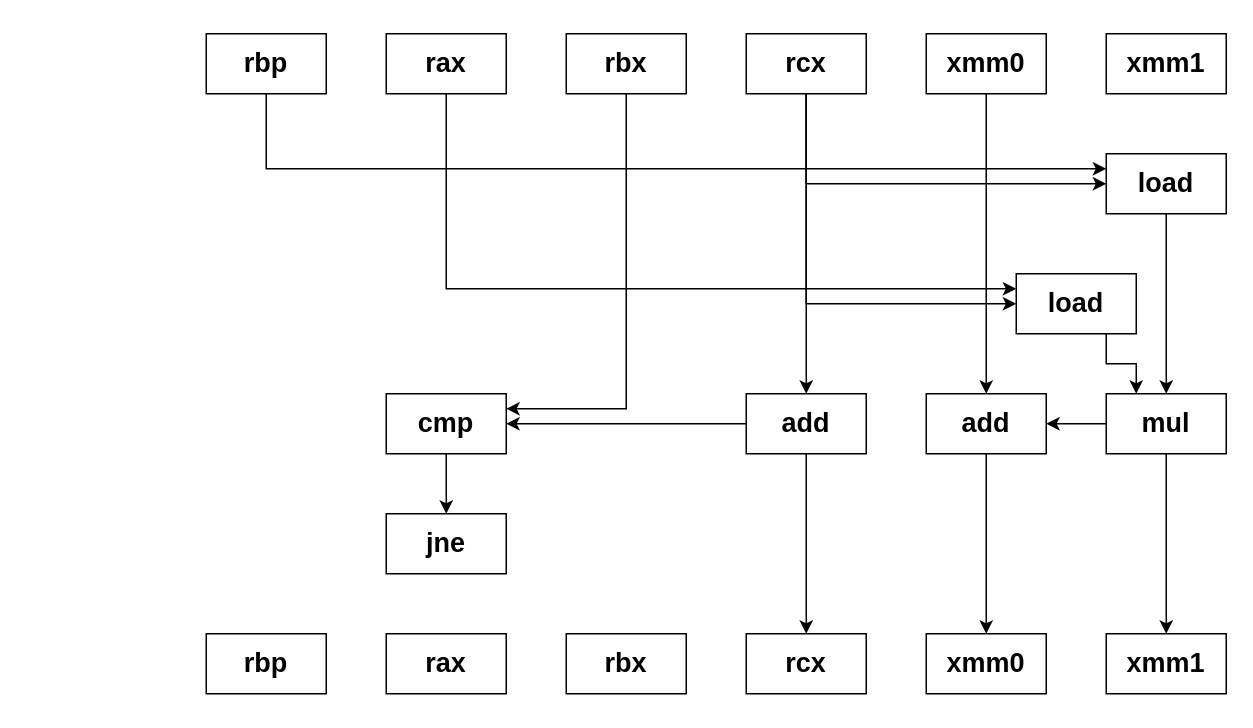
Above: HW/HW3/img/513-A-2.drawio in betarixm/CSED211 (draw.io), before the change. Source tidied: cells renumbered, new cells numbered last; positions are measured from the earlier drawing's top-left corner, leaving out a move shared by most shapes. Both pictures are drawn from the tidied source at 150%, with x=0, y=0 at pixel (206, 33).
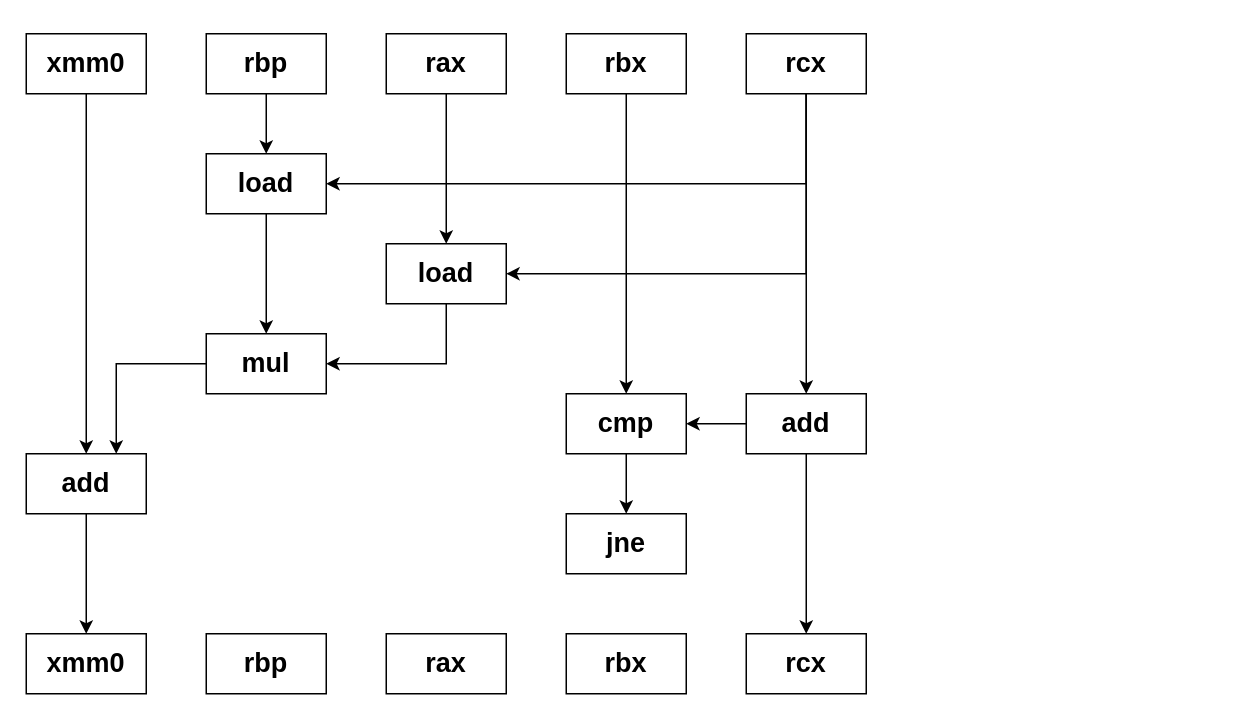
Above is the later version.

The change refers to these unchanged cells:
```xml
<mxCell id="3" value="&lt;h2&gt;rbp&lt;/h2&gt;" style="rounded=0;whiteSpace=wrap;html=1;" parent="1" vertex="1">
  <mxGeometry width="80" height="40" as="geometry" />
</mxCell>
<mxCell id="6" value="&lt;h2&gt;rax&lt;/h2&gt;" style="rounded=0;whiteSpace=wrap;html=1;" parent="1" vertex="1">
  <mxGeometry x="120" width="80" height="40" as="geometry" />
</mxCell>
<mxCell id="9" value="&lt;h2&gt;rbx&lt;/h2&gt;" style="rounded=0;whiteSpace=wrap;html=1;" parent="1" vertex="1">
  <mxGeometry x="240" width="80" height="40" as="geometry" />
</mxCell>
<mxCell id="14" value="&lt;h2&gt;rcx&lt;/h2&gt;" style="rounded=0;whiteSpace=wrap;html=1;" parent="1" vertex="1">
  <mxGeometry x="360" width="80" height="40" as="geometry" />
</mxCell>
<mxCell id="15" value="&lt;h2&gt;rcx&lt;/h2&gt;" style="rounded=0;whiteSpace=wrap;html=1;" parent="1" vertex="1">
  <mxGeometry x="360" y="400" width="80" height="40" as="geometry" />
</mxCell>
<mxCell id="32" value="&lt;h2&gt;add&lt;/h2&gt;" style="rounded=0;whiteSpace=wrap;html=1;" parent="1" vertex="1">
  <mxGeometry x="360" y="240" width="80" height="40" as="geometry" />
</mxCell>
```

Diff of the diagram source:
```diff
@@
-    <mxCell id="2" style="edgeStyle=orthogonalEdgeStyle;rounded=0;jettySize=auto;html=1;exitX=0.5;exitY=1;exitDx=0;exitDy=0;entryX=0;entryY=0.25;entryDx=0;entryDy=0;" parent="1" edge="1" source="3" target="22">
+    <mxCell id="2" style="edgeStyle=orthogonalEdgeStyle;rounded=0;jettySize=auto;html=1;exitX=0.5;exitY=1;exitDx=0;exitDy=0;entryX=0.5;entryY=0;entryDx=0;entryDy=0;" parent="1" edge="1" source="3" target="22">
       <mxGeometry relative="1" as="geometry" />
     </mxCell>
@@
-    <mxCell id="5" style="edgeStyle=orthogonalEdgeStyle;rounded=0;jettySize=auto;html=1;exitX=0.5;exitY=1;exitDx=0;exitDy=0;entryX=0;entryY=0.25;entryDx=0;entryDy=0;" parent="1" edge="1" source="6" target="29">
+    <mxCell id="5" style="edgeStyle=orthogonalEdgeStyle;rounded=0;jettySize=auto;html=1;exitX=0.5;exitY=1;exitDx=0;exitDy=0;entryX=0.5;entryY=0;entryDx=0;entryDy=0;" parent="1" edge="1" source="6" target="29">
       <mxGeometry relative="1" as="geometry" />
     </mxCell>
@@
-    <mxCell id="8" style="edgeStyle=orthogonalEdgeStyle;rounded=0;jettySize=auto;html=1;exitX=0.5;exitY=1;exitDx=0;exitDy=0;entryX=1;entryY=0.25;entryDx=0;entryDy=0;" parent="1" edge="1" source="9" target="34">
+    <mxCell id="8" style="edgeStyle=orthogonalEdgeStyle;rounded=0;jettySize=auto;html=1;exitX=0.5;exitY=1;exitDx=0;exitDy=0;entryX=0.5;entryY=0;entryDx=0;entryDy=0;" parent="1" edge="1" source="9" target="34">
       <mxGeometry relative="1" as="geometry" />
     </mxCell>
@@
-    <mxCell id="11" style="edgeStyle=orthogonalEdgeStyle;rounded=0;jettySize=auto;html=1;exitX=0.5;exitY=1;exitDx=0;exitDy=0;entryX=0;entryY=0.5;entryDx=0;entryDy=0;" parent="1" edge="1" source="14" target="22">
+    <mxCell id="11" style="edgeStyle=orthogonalEdgeStyle;rounded=0;jettySize=auto;html=1;exitX=0.5;exitY=1;exitDx=0;exitDy=0;entryX=1;entryY=0.5;entryDx=0;entryDy=0;" parent="1" edge="1" source="14" target="22">
       <mxGeometry relative="1" as="geometry" />
     </mxCell>
-    <mxCell id="12" style="edgeStyle=orthogonalEdgeStyle;rounded=0;jettySize=auto;html=1;exitX=0.5;exitY=1;exitDx=0;exitDy=0;entryX=0;entryY=0.5;entryDx=0;entryDy=0;" parent="1" edge="1" source="14" target="29">
+    <mxCell id="12" style="edgeStyle=orthogonalEdgeStyle;rounded=0;jettySize=auto;html=1;exitX=0.5;exitY=1;exitDx=0;exitDy=0;entryX=1;entryY=0.5;entryDx=0;entryDy=0;" parent="1" edge="1" source="14" target="29">
       <mxGeometry relative="1" as="geometry" />
     </mxCell>
-    <mxCell id="13" style="edgeStyle=orthogonalEdgeStyle;rounded=0;jettySize=auto;html=1;exitX=0.5;exitY=1;exitDx=0;exitDy=0;entryX=0.5;entryY=0;entryDx=0;entryDy=0;" parent="1" edge="1" source="14" target="32">
+    <mxCell id="13" style="edgeStyle=orthogonalEdgeStyle;rounded=0;jettySize=auto;html=1;exitX=0.5;exitY=1;exitDx=0;exitDy=0;entryX=0.5;entryY=0;entryDx=0;entryDy=0;fillColor=#FF0000;" parent="1" edge="1" source="14" target="32">
       <mxGeometry relative="1" as="geometry" />
     </mxCell>
@@
-    <mxCell id="16" style="edgeStyle=orthogonalEdgeStyle;rounded=0;jettySize=auto;html=1;exitX=0.5;exitY=1;exitDx=0;exitDy=0;entryX=0.5;entryY=0;entryDx=0;entryDy=0;" parent="1" edge="1" source="17" target="27">
+    <mxCell id="16" style="edgeStyle=orthogonalEdgeStyle;rounded=0;jettySize=auto;html=1;exitX=0.5;exitY=1;exitDx=0;exitDy=0;entryX=0.5;entryY=0;entryDx=0;entryDy=0;fillColor=#FF0000;" parent="1" edge="1" source="17" target="27">
       <mxGeometry relative="1" as="geometry" />
     </mxCell>
     <mxCell id="17" value="&lt;h2&gt;xmm0&lt;/h2&gt;" style="rounded=0;whiteSpace=wrap;html=1;" parent="1" vertex="1">
-      <mxGeometry x="480" width="80" height="40" as="geometry" />
+      <mxGeometry x="-120" width="80" height="40" as="geometry" />
     </mxCell>
     <mxCell id="18" value="&lt;h2&gt;xmm0&lt;/h2&gt;" style="rounded=0;whiteSpace=wrap;html=1;" parent="1" vertex="1">
-      <mxGeometry x="480" y="400" width="80" height="40" as="geometry" />
+      <mxGeometry x="-120" y="400" width="80" height="40" as="geometry" />
     </mxCell>
-    <mxCell id="19" value="&lt;h2&gt;xmm1&lt;/h2&gt;" style="rounded=0;whiteSpace=wrap;html=1;" parent="1" vertex="1">
-      <mxGeometry x="600" width="80" height="40" as="geometry" />
-    </mxCell>
-    <mxCell id="20" value="&lt;h2&gt;xmm1&lt;/h2&gt;" style="rounded=0;whiteSpace=wrap;html=1;" parent="1" vertex="1">
-      <mxGeometry x="600" y="400" width="80" height="40" as="geometry" />
-    </mxCell>
@@
     <mxCell id="22" value="&lt;h2&gt;load&lt;/h2&gt;" style="rounded=0;whiteSpace=wrap;html=1;" parent="1" vertex="1">
-      <mxGeometry x="600" y="80" width="80" height="40" as="geometry" />
+      <mxGeometry y="80" width="80" height="40" as="geometry" />
     </mxCell>
-    <mxCell id="23" style="edgeStyle=orthogonalEdgeStyle;rounded=0;jettySize=auto;html=1;exitX=0.5;exitY=1;exitDx=0;exitDy=0;entryX=0.5;entryY=0;entryDx=0;entryDy=0;" parent="1" edge="1" source="25" target="20">
-      <mxGeometry relative="1" as="geometry" />
-    </mxCell>
-    <mxCell id="24" style="edgeStyle=orthogonalEdgeStyle;rounded=0;jettySize=auto;html=1;exitX=0;exitY=0.5;exitDx=0;exitDy=0;entryX=1;entryY=0.5;entryDx=0;entryDy=0;" parent="1" edge="1" source="25" target="27">
+    <mxCell id="24" style="edgeStyle=orthogonalEdgeStyle;rounded=0;jettySize=auto;html=1;exitX=0;exitY=0.5;exitDx=0;exitDy=0;entryX=0.75;entryY=0;entryDx=0;entryDy=0;" parent="1" edge="1" source="25" target="27">
       <mxGeometry relative="1" as="geometry" />
     </mxCell>
     <mxCell id="25" value="&lt;h2&gt;mul&lt;/h2&gt;" style="rounded=0;whiteSpace=wrap;html=1;" parent="1" vertex="1">
-      <mxGeometry x="600" y="240" width="80" height="40" as="geometry" />
+      <mxGeometry y="200" width="80" height="40" as="geometry" />
     </mxCell>
-    <mxCell id="26" style="edgeStyle=orthogonalEdgeStyle;rounded=0;jettySize=auto;html=1;exitX=0.5;exitY=1;exitDx=0;exitDy=0;entryX=0.5;entryY=0;entryDx=0;entryDy=0;" parent="1" edge="1" source="27" target="18">
+    <mxCell id="26" style="edgeStyle=orthogonalEdgeStyle;rounded=0;jettySize=auto;html=1;exitX=0.5;exitY=1;exitDx=0;exitDy=0;entryX=0.5;entryY=0;entryDx=0;entryDy=0;fillColor=#FF0000;" parent="1" edge="1" source="27" target="18">
       <mxGeometry relative="1" as="geometry" />
     </mxCell>
     <mxCell id="27" value="&lt;h2&gt;add&lt;/h2&gt;" style="rounded=0;whiteSpace=wrap;html=1;" parent="1" vertex="1">
-      <mxGeometry x="480" y="240" width="80" height="40" as="geometry" />
+      <mxGeometry x="-120" y="280" width="80" height="40" as="geometry" />
     </mxCell>
-    <mxCell id="28" style="edgeStyle=orthogonalEdgeStyle;rounded=0;jettySize=auto;html=1;exitX=0.75;exitY=1;exitDx=0;exitDy=0;entryX=0.25;entryY=0;entryDx=0;entryDy=0;" parent="1" edge="1" source="29" target="25">
+    <mxCell id="28" style="edgeStyle=orthogonalEdgeStyle;rounded=0;jettySize=auto;html=1;exitX=0.5;exitY=1;exitDx=0;exitDy=0;entryX=1;entryY=0.5;entryDx=0;entryDy=0;" parent="1" edge="1" source="29" target="25">
       <mxGeometry relative="1" as="geometry" />
     </mxCell>
     <mxCell id="29" value="&lt;h2&gt;load&lt;/h2&gt;" style="rounded=0;whiteSpace=wrap;html=1;" parent="1" vertex="1">
-      <mxGeometry x="540" y="160" width="80" height="40" as="geometry" />
+      <mxGeometry x="120" y="140" width="80" height="40" as="geometry" />
     </mxCell>
-    <mxCell id="30" style="edgeStyle=orthogonalEdgeStyle;rounded=0;jettySize=auto;html=1;exitX=0.5;exitY=1;exitDx=0;exitDy=0;entryX=0.5;entryY=0;entryDx=0;entryDy=0;" parent="1" edge="1" source="32" target="15">
+    <mxCell id="30" style="edgeStyle=orthogonalEdgeStyle;rounded=0;jettySize=auto;html=1;exitX=0.5;exitY=1;exitDx=0;exitDy=0;entryX=0.5;entryY=0;entryDx=0;entryDy=0;fillColor=#FF0000;" parent="1" edge="1" source="32" target="15">
       <mxGeometry relative="1" as="geometry" />
     </mxCell>
@@
     <mxCell id="34" value="&lt;h2&gt;cmp&lt;/h2&gt;" style="rounded=0;whiteSpace=wrap;html=1;" parent="1" vertex="1">
-      <mxGeometry x="120" y="240" width="80" height="40" as="geometry" />
+      <mxGeometry x="240" y="240" width="80" height="40" as="geometry" />
     </mxCell>
     <mxCell id="35" value="&lt;h2&gt;jne&lt;/h2&gt;" style="rounded=0;whiteSpace=wrap;html=1;" parent="1" vertex="1">
-      <mxGeometry x="120" y="320" width="80" height="40" as="geometry" />
+      <mxGeometry x="240" y="320" width="80" height="40" as="geometry" />
     </mxCell>
```
